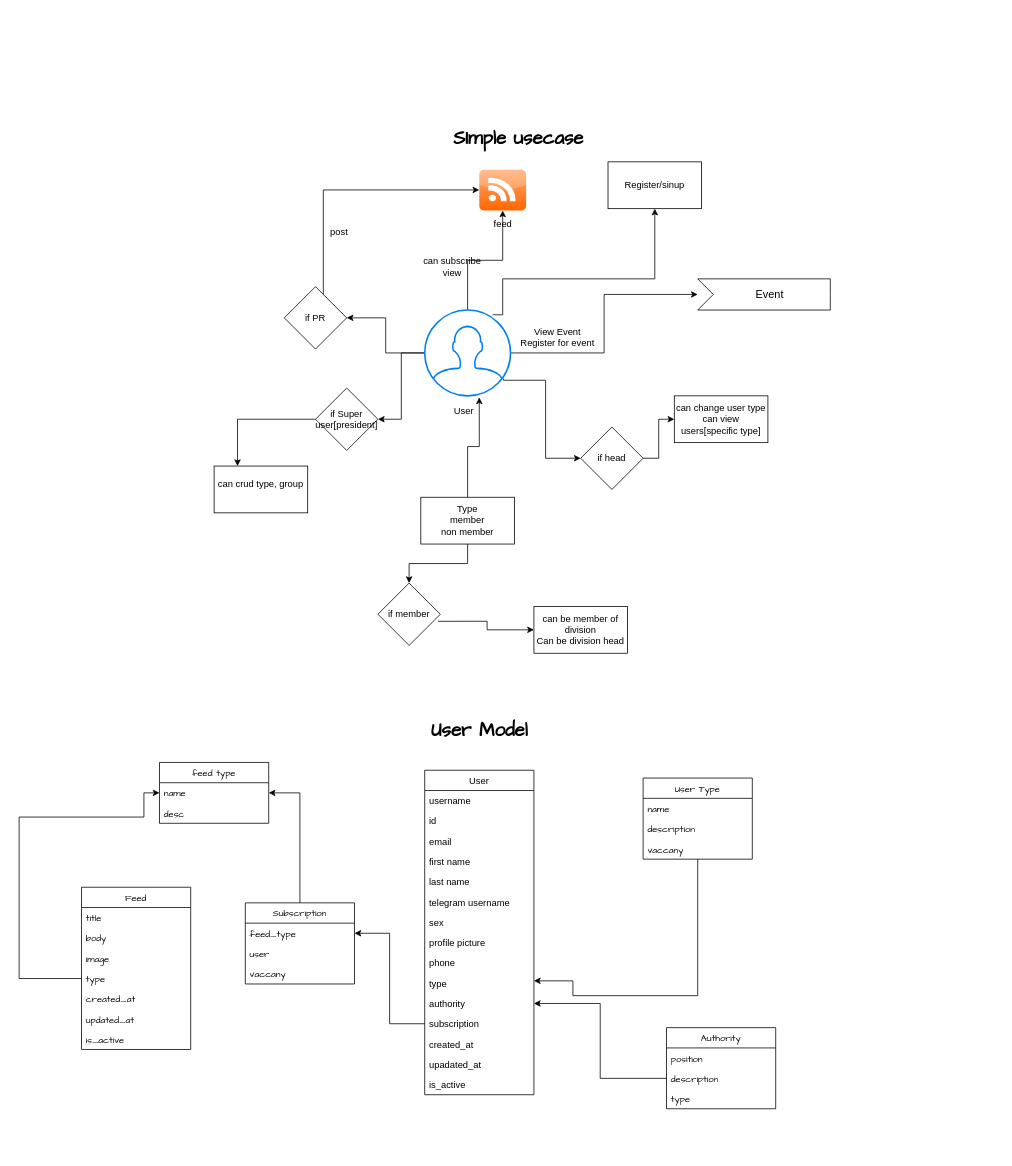
Earlier version of the draw.io diagram csec-hub-simple-design.drawio (CSEC-ASTU/dev_hackathon_bro_code). Source tidied: cells renumbered, new cells numbered last; positions are measured from the earlier drawing's top-left corner, leaving out a move shared by most shapes. Both pictures are drawn from the tidied source at 78%, with x=0, y=0 at pixel (19, 119).
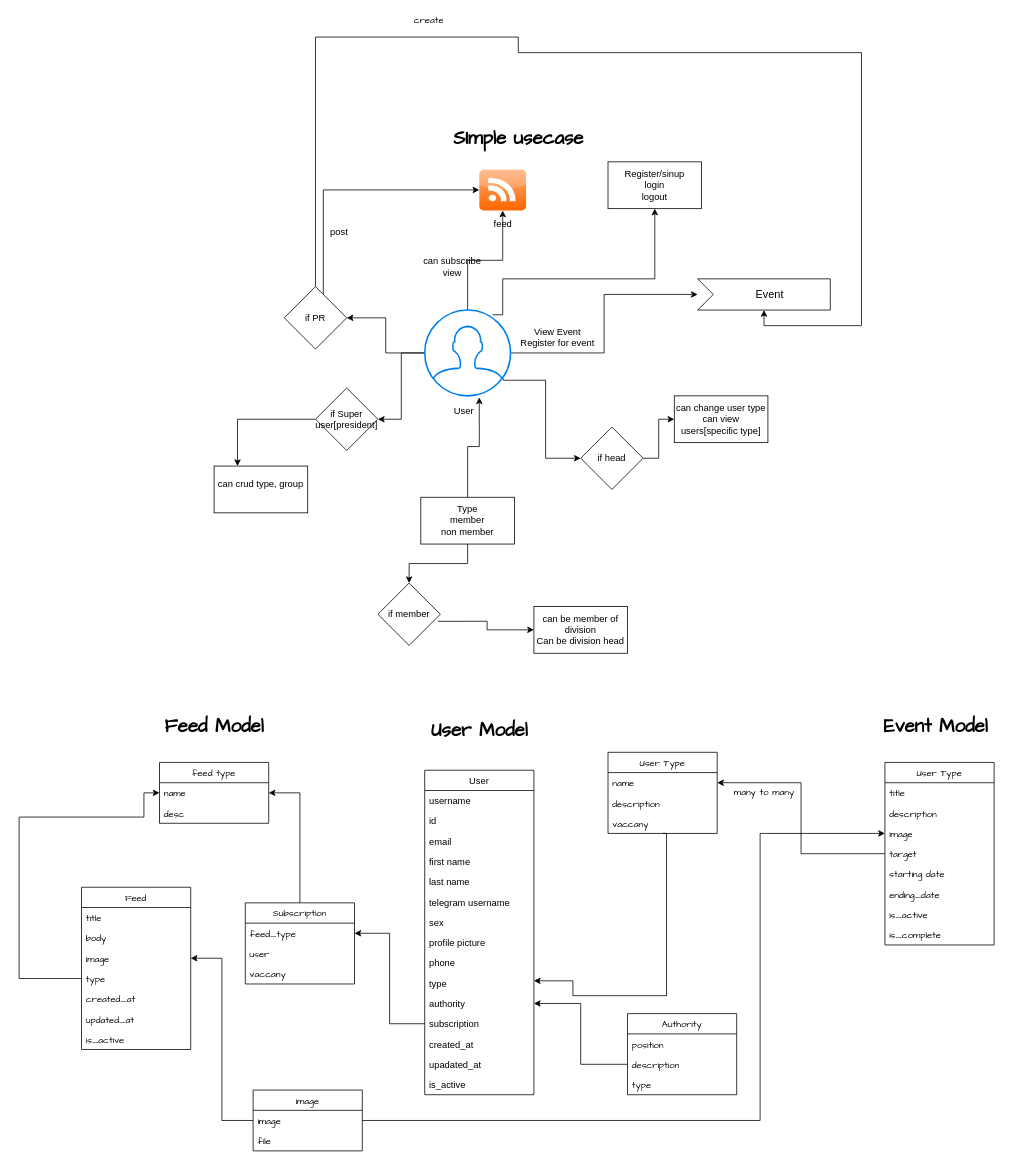
After the change.

Unchanged cells that the change refers to:
```xml
<mxCell id="13" value="Event" style="html=1;shape=mxgraph.infographic.ribbonSimple;notch1=20;notch2=0;align=center;verticalAlign=middle;fontSize=14;fontStyle=0;fillColor=#FFFFFF;flipH=0;spacingRight=0;spacingLeft=14;" parent="1" vertex="1">
  <mxGeometry x="870" y="205" width="170" height="40" as="geometry" />
</mxCell>
<mxCell id="22" value="if PR" style="rhombus;whiteSpace=wrap;html=1;" parent="1" vertex="1">
  <mxGeometry x="340" y="215" width="80" height="80" as="geometry" />
</mxCell>
<mxCell id="54" value="name" style="text;strokeColor=none;fillColor=none;align=left;verticalAlign=top;spacingLeft=4;spacingRight=4;overflow=hidden;points=[[0,0.5],[1,0.5]];portConstraint=eastwest;fontFamily=Comic Sans MS;" parent="53" vertex="1">
  <mxGeometry y="26" width="140" height="26" as="geometry" />
</mxCell>
<mxCell id="67" value="image" style="text;strokeColor=none;fillColor=none;align=left;verticalAlign=top;spacingLeft=4;spacingRight=4;overflow=hidden;points=[[0,0.5],[1,0.5]];portConstraint=eastwest;fontFamily=Comic Sans MS;" parent="64" vertex="1">
  <mxGeometry y="78" width="140" height="26" as="geometry" />
</mxCell>
```

The edit, as a diff of the source:
```diff
@@
+    <mxCell id="77" style="edgeStyle=orthogonalEdgeStyle;rounded=0;jettySize=auto;html=1;entryX=0;entryY=0;entryDx=85;entryDy=40;entryPerimeter=0;fontFamily=Comic Sans MS;" parent="1" edge="1" source="22" target="13">
+      <mxGeometry relative="1" as="geometry">
+        <Array as="points">
+          <mxPoint x="380" y="-105" />
+          <mxPoint x="640" y="-105" />
+          <mxPoint x="640" y="-85" />
+          <mxPoint x="1080" y="-85" />
+          <mxPoint x="1080" y="265" />
+          <mxPoint x="955" y="265" />
+        </Array>
+      </mxGeometry>
+    </mxCell>
@@
-    <mxCell id="25" value="Register/sinup" style="rounded=0;whiteSpace=wrap;html=1;" parent="1" vertex="1">
+    <mxCell id="25" value="&lt;div&gt;Register/sinup&lt;/div&gt;&lt;div&gt;login &lt;br&gt;&lt;/div&gt;&lt;div&gt;logout&lt;br&gt;&lt;/div&gt;" style="rounded=0;whiteSpace=wrap;html=1;" parent="1" vertex="1">
       <mxGeometry x="755" y="55" width="120" height="60" as="geometry" />
     </mxCell>
@@
     <mxCell id="49" value="Authority" style="swimlane;fontStyle=0;horizontal=1;startSize=26;fillColor=none;fontFamily=Comic Sans MS;" parent="1" vertex="1">
-      <mxGeometry x="830" y="1165" width="140" height="104" as="geometry" />
+      <mxGeometry x="780" y="1147" width="140" height="104" as="geometry" />
     </mxCell>
@@
     <mxCell id="53" value="User Type" style="swimlane;fontStyle=0;horizontal=1;startSize=26;fillColor=none;fontFamily=Comic Sans MS;" parent="1" vertex="1">
-      <mxGeometry x="800" y="845" width="140" height="104" as="geometry" />
+      <mxGeometry x="755" y="812" width="140" height="104" as="geometry" />
     </mxCell>
@@
     <mxCell id="57" style="edgeStyle=orthogonalEdgeStyle;rounded=0;jettySize=auto;html=1;fontFamily=Comic Sans MS;exitX=0.5;exitY=1;exitDx=0;exitDy=0;" parent="1" edge="1" source="53">
       <mxGeometry relative="1" as="geometry">
         <mxPoint x="660" y="1105" as="targetPoint" />
         <Array as="points">
-          <mxPoint x="870" y="1124" />
+          <mxPoint x="830" y="916" />
+          <mxPoint x="830" y="1124" />
           <mxPoint x="710" y="1124" />
           <mxPoint x="710" y="1105" />
         </Array>
       </mxGeometry>
     </mxCell>
@@
+    <mxCell id="78" value="&lt;h1&gt;Feed Model&lt;br&gt;&lt;/h1&gt;" style="text;html=1;align=center;verticalAlign=middle;strokeColor=none;fillColor=none;fontFamily=Comic Sans MS;" parent="1" vertex="1">
+      <mxGeometry x="175" y="755" width="150" height="50" as="geometry" />
+    </mxCell>
+    <mxCell id="79" value="User Type" style="swimlane;fontStyle=0;horizontal=1;startSize=26;fillColor=none;fontFamily=Comic Sans MS;" parent="1" vertex="1">
+      <mxGeometry x="1110" y="825" width="140" height="234" as="geometry" />
+    </mxCell>
+    <mxCell id="80" value="title" style="text;strokeColor=none;fillColor=none;align=left;verticalAlign=top;spacingLeft=4;spacingRight=4;overflow=hidden;fontFamily=Comic Sans MS;" parent="79" vertex="1">
+      <mxGeometry y="26" width="140" height="26" as="geometry" />
+    </mxCell>
+    <mxCell id="81" value="description" style="text;strokeColor=none;fillColor=none;align=left;verticalAlign=top;spacingLeft=4;spacingRight=4;overflow=hidden;fontFamily=Comic Sans MS;" parent="79" vertex="1">
+      <mxGeometry y="52" width="140" height="26" as="geometry" />
+    </mxCell>
+    <mxCell id="82" value="image" style="text;strokeColor=none;fillColor=none;align=left;verticalAlign=top;spacingLeft=4;spacingRight=4;overflow=hidden;points=[[0,0.5],[1,0.5]];portConstraint=eastwest;fontFamily=Comic Sans MS;" parent="79" vertex="1">
+      <mxGeometry y="78" width="140" height="26" as="geometry" />
+    </mxCell>
+    <mxCell id="83" value="target" style="text;strokeColor=none;fillColor=none;align=left;verticalAlign=top;spacingLeft=4;spacingRight=4;overflow=hidden;points=[[0,0.5],[1,0.5]];portConstraint=eastwest;fontFamily=Comic Sans MS;" parent="79" vertex="1">
+      <mxGeometry y="104" width="140" height="26" as="geometry" />
+    </mxCell>
+    <mxCell id="84" value="starting date" style="text;strokeColor=none;fillColor=none;align=left;verticalAlign=top;spacingLeft=4;spacingRight=4;overflow=hidden;fontFamily=Comic Sans MS;" parent="79" vertex="1">
+      <mxGeometry y="130" width="140" height="26" as="geometry" />
+    </mxCell>
+    <mxCell id="85" value="ending_date" style="text;strokeColor=none;fillColor=none;align=left;verticalAlign=top;spacingLeft=4;spacingRight=4;overflow=hidden;fontFamily=Comic Sans MS;" parent="79" vertex="1">
+      <mxGeometry y="156" width="140" height="26" as="geometry" />
+    </mxCell>
+    <mxCell id="86" value="is_active" style="text;strokeColor=none;fillColor=none;align=left;verticalAlign=top;spacingLeft=4;spacingRight=4;overflow=hidden;fontFamily=Comic Sans MS;" parent="79" vertex="1">
+      <mxGeometry y="182" width="140" height="26" as="geometry" />
+    </mxCell>
+    <mxCell id="87" value="is_complete" style="text;strokeColor=none;fillColor=none;align=left;verticalAlign=top;spacingLeft=4;spacingRight=4;overflow=hidden;fontFamily=Comic Sans MS;" parent="79" vertex="1">
+      <mxGeometry y="208" width="140" height="26" as="geometry" />
+    </mxCell>
+    <mxCell id="88" value="&lt;h1&gt;Event Model&lt;/h1&gt;" style="text;html=1;align=center;verticalAlign=middle;strokeColor=none;fillColor=none;fontFamily=Comic Sans MS;" parent="1" vertex="1">
+      <mxGeometry x="1095" y="755" width="160" height="50" as="geometry" />
+    </mxCell>
+    <mxCell id="89" value="image" style="swimlane;fontStyle=0;horizontal=1;startSize=26;fillColor=none;fontFamily=Comic Sans MS;" parent="1" vertex="1">
+      <mxGeometry x="300" y="1245" width="140" height="78" as="geometry" />
+    </mxCell>
+    <mxCell id="90" value="image" style="text;strokeColor=none;fillColor=none;align=left;verticalAlign=top;spacingLeft=4;spacingRight=4;overflow=hidden;points=[[0,0.5],[1,0.5]];portConstraint=eastwest;fontFamily=Comic Sans MS;" parent="89" vertex="1">
+      <mxGeometry y="26" width="140" height="26" as="geometry" />
+    </mxCell>
+    <mxCell id="91" value="file" style="text;strokeColor=none;fillColor=none;align=left;verticalAlign=top;spacingLeft=4;spacingRight=4;overflow=hidden;fontFamily=Comic Sans MS;" parent="89" vertex="1">
+      <mxGeometry y="52" width="140" height="26" as="geometry" />
+    </mxCell>
+    <mxCell id="92" style="edgeStyle=orthogonalEdgeStyle;rounded=0;jettySize=auto;html=1;fontFamily=Comic Sans MS;" parent="1" edge="1" source="90" target="67">
+      <mxGeometry relative="1" as="geometry" />
+    </mxCell>
+    <mxCell id="93" style="edgeStyle=orthogonalEdgeStyle;rounded=0;jettySize=auto;html=1;entryX=0;entryY=0.5;entryDx=0;entryDy=0;fontFamily=Comic Sans MS;" parent="1" edge="1" source="90" target="82">
+      <mxGeometry relative="1" as="geometry">
+        <Array as="points">
+          <mxPoint x="950" y="1284" />
+          <mxPoint x="950" y="916" />
+        </Array>
+      </mxGeometry>
+    </mxCell>
+    <mxCell id="94" style="edgeStyle=orthogonalEdgeStyle;rounded=0;jettySize=auto;html=1;fontFamily=Comic Sans MS;entryX=1;entryY=0.5;entryDx=0;entryDy=0;" parent="1" edge="1" source="83" target="54">
+      <mxGeometry relative="1" as="geometry" />
+    </mxCell>
+    <mxCell id="95" value="many to many" style="text;html=1;align=center;verticalAlign=middle;strokeColor=none;fillColor=none;fontFamily=Comic Sans MS;" parent="1" vertex="1">
+      <mxGeometry x="910" y="854" width="90" height="20" as="geometry" />
+    </mxCell>
+    <mxCell id="96" value="create" style="text;html=1;align=center;verticalAlign=middle;strokeColor=none;fillColor=none;fontFamily=Comic Sans MS;" parent="1" vertex="1">
+      <mxGeometry x="500" y="-135" width="50" height="20" as="geometry" />
+    </mxCell>
```
